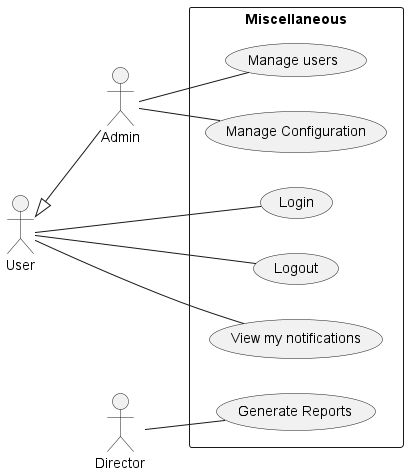
This is use-cases/misc.png from phihungha/scmss-reqs, a PlantUML export, as it was before one commit.
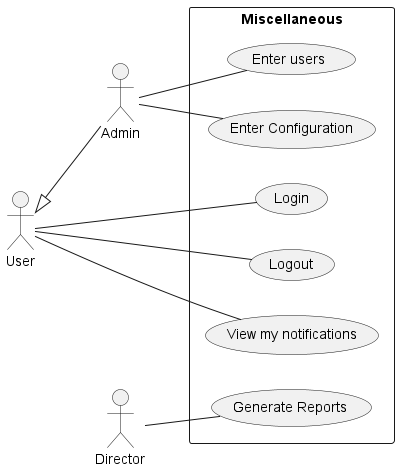
The same diagram one commit later.

What changed in the source:
```diff
@@ -12,8 +12,8 @@
     u -- (Logout)
     u -- (View my notifications)
 
-    ad -- (Manage users)
-    ad -- (Manage Configuration)
+    ad -- (Enter users)
+    ad -- (Enter Configuration)
 
     d -- (Generate Reports)
 }
```
